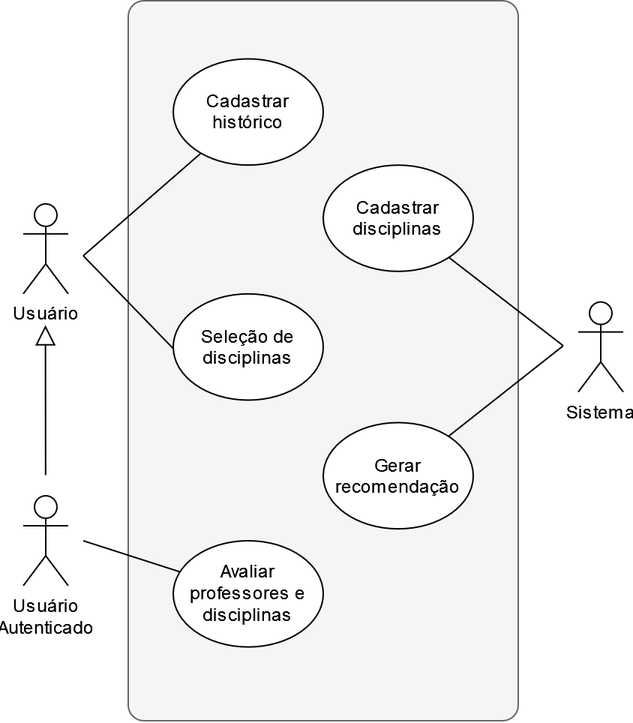
Before: figuras/casos-uso.png, a diagram exported from draw.io (Leinadium/puc-tcc-disciplinas). Source tidied: cells renumbered, new cells last; positions are measured from the earlier drawing's top-left corner, leaving out a move shared by most shapes.
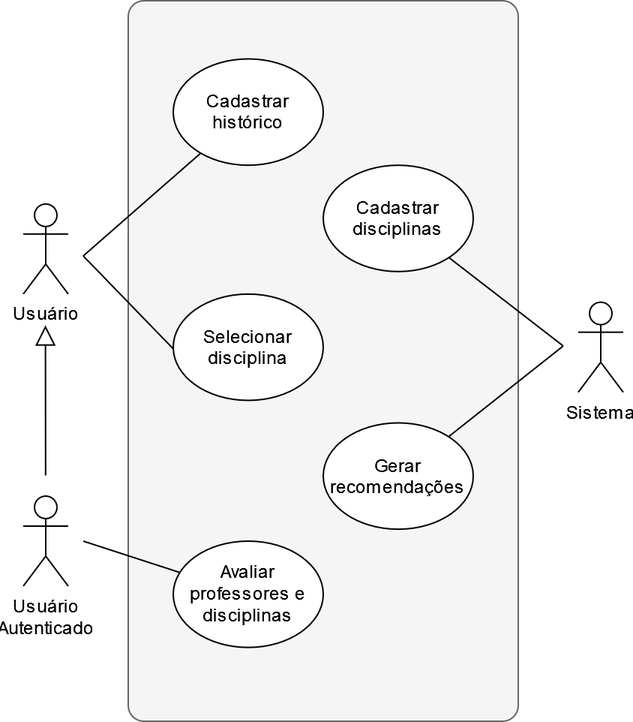
The same diagram one commit later.

Commit message:
rev: alterando requisitos e casos de uso

Diff of the diagram source:
```diff
@@ -30,10 +30,10 @@
     <mxCell id="8" value="&lt;div&gt;Cadastrar disciplinas&lt;/div&gt;" style="ellipse;whiteSpace=wrap;html=1;" parent="1" vertex="1">
       <mxGeometry x="200" y="109.6" width="100" height="70.8" as="geometry" />
     </mxCell>
-    <mxCell id="9" value="&lt;div&gt;Gerar recomendação&lt;br&gt;&lt;/div&gt;" style="ellipse;whiteSpace=wrap;html=1;" parent="1" vertex="1">
+    <mxCell id="9" value="&lt;div&gt;Gerar recomendações&lt;br&gt;&lt;/div&gt;" style="ellipse;whiteSpace=wrap;html=1;" parent="1" vertex="1">
       <mxGeometry x="200" y="281.2" width="100" height="70.8" as="geometry" />
     </mxCell>
-    <mxCell id="10" value="&lt;div&gt;Seleção de disciplinas&lt;br&gt;&lt;/div&gt;" style="ellipse;whiteSpace=wrap;html=1;" parent="1" vertex="1">
+    <mxCell id="10" value="&lt;div&gt;Selecionar disciplina&lt;br&gt;&lt;/div&gt;" style="ellipse;whiteSpace=wrap;html=1;" parent="1" vertex="1">
       <mxGeometry x="100" y="195.4" width="100" height="70.8" as="geometry" />
     </mxCell>
     <mxCell id="11" value="&lt;div&gt;Avaliar professores e disciplinas&lt;br&gt;&lt;/div&gt;" style="ellipse;whiteSpace=wrap;html=1;" parent="1" vertex="1">
```
